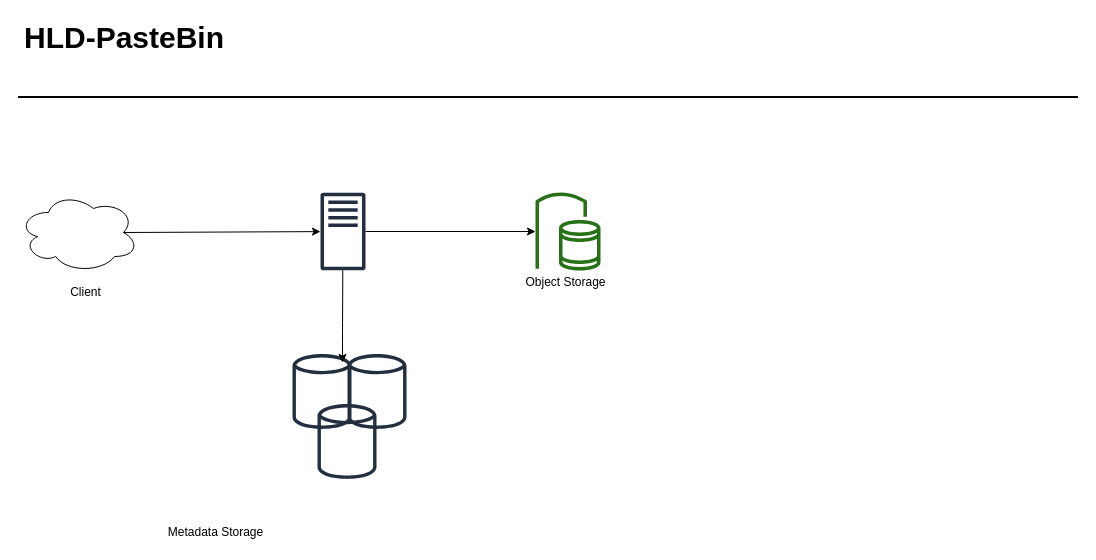
Earlier version of the draw.io diagram 2.DesigningAUrlShorteningService-TinyUrl/HLD-PasteBin.drawio (PankajSAgarwal/System-Design). Source tidied: cells renumbered, new cells numbered last; positions are measured from the earlier drawing's top-left corner, leaving out a move shared by most shapes. Both pictures are drawn from the tidied source at 100%, with x=0, y=0 at pixel (17, 16).
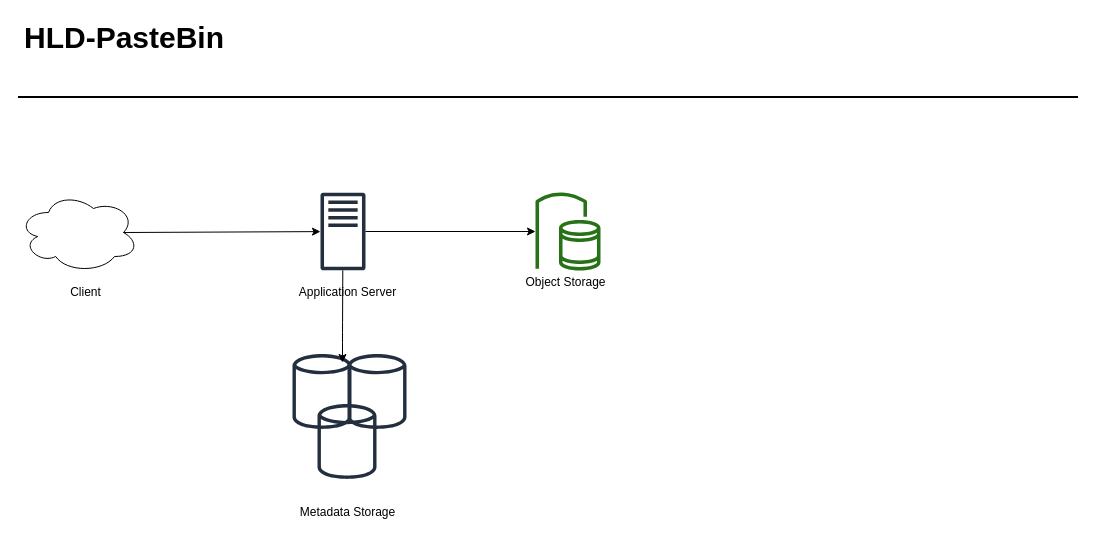
The same diagram, later.

What changed in the source:
```diff
@@
 <mxGraphModel>
   <root>
     <mxCell id="0" />
     <mxCell id="1" parent="0" />
     <mxCell id="2" value="HLD-PasteBin" style="text;html=1;align=left;verticalAlign=top;spacingTop=-4;fontSize=30;fontStyle=1;" parent="1" vertex="1">
       <mxGeometry x="4.5" y="0.5" width="220" height="40" as="geometry" />
     </mxCell>
     <mxCell id="3" style="line;strokeWidth=2;html=1;fontSize=14;" parent="1" vertex="1">
       <mxGeometry x="0.5" y="75.5" width="1060" height="10" as="geometry" />
     </mxCell>
     <mxCell id="4" style="ellipse;shape=cloud;whiteSpace=wrap;html=1;" parent="1" vertex="1">
       <mxGeometry x="1" y="176" width="120" height="80" as="geometry" />
     </mxCell>
     <mxCell id="5" value="Client" style="text;html=1;align=center;verticalAlign=middle;" parent="1" vertex="1">
       <mxGeometry x="43" y="266" width="50" height="20" as="geometry" />
     </mxCell>
     <mxCell id="6" style="outlineConnect=0;fontColor=#232F3E;gradientColor=none;fillColor=#232F3E;strokeColor=none;dashed=0;verticalLabelPosition=bottom;verticalAlign=top;align=center;html=1;fontSize=12;fontStyle=0;shape=mxgraph.aws4.traditional_server;" parent="1" vertex="1">
       <mxGeometry x="303" y="176" width="45" height="78" as="geometry" />
     </mxCell>
     <mxCell id="7" style="fontColor=#232F3E;gradientColor=none;fillColor=#232F3E;strokeColor=none;dashed=0;verticalLabelPosition=bottom;verticalAlign=top;align=center;html=1;fontSize=12;fontStyle=0;shape=mxgraph.aws4.generic_database;" parent="1" vertex="1">
       <mxGeometry x="275" y="336" width="59" height="78" as="geometry" />
     </mxCell>
     <mxCell id="8" style="fontColor=#232F3E;gradientColor=none;fillColor=#232F3E;strokeColor=none;dashed=0;verticalLabelPosition=bottom;verticalAlign=top;align=center;html=1;fontSize=12;fontStyle=0;shape=mxgraph.aws4.generic_database;" parent="1" vertex="1">
       <mxGeometry x="300" y="386" width="59" height="78" as="geometry" />
     </mxCell>
     <mxCell id="9" style="fontColor=#232F3E;gradientColor=none;fillColor=#232F3E;strokeColor=none;dashed=0;verticalLabelPosition=bottom;verticalAlign=top;align=center;html=1;fontSize=12;fontStyle=0;shape=mxgraph.aws4.generic_database;" parent="1" vertex="1">
       <mxGeometry x="330" y="336" width="59" height="78" as="geometry" />
     </mxCell>
     <mxCell id="10" value="Metadata Storage" style="text;html=1;align=center;verticalAlign=middle;" parent="1" vertex="1">
-      <mxGeometry x="143" y="506" width="110" height="20" as="geometry" />
+      <mxGeometry x="275" y="486" width="110" height="20" as="geometry" />
     </mxCell>
     <mxCell id="11" style="outlineConnect=0;fontColor=#232F3E;gradientColor=none;fillColor=#277116;strokeColor=none;dashed=0;verticalLabelPosition=bottom;verticalAlign=top;align=center;html=1;fontSize=12;fontStyle=0;shape=mxgraph.aws4.volume_gateway;" parent="1" vertex="1">
       <mxGeometry x="518" y="176" width="65" height="78" as="geometry" />
     </mxCell>
     <mxCell id="12" value="Object Storage" style="text;html=1;align=center;verticalAlign=middle;" parent="1" vertex="1">
       <mxGeometry x="498" y="256" width="100" height="20" as="geometry" />
     </mxCell>
     <mxCell id="13" style="endArrow=classic;html=1;" parent="1" edge="1" source="6" target="11">
       <mxGeometry relative="1" as="geometry" />
     </mxCell>
     <mxCell id="14" style="endArrow=classic;html=1;exitX=0.875;exitY=0.5;exitDx=0;exitDy=0;exitPerimeter=0;" parent="1" edge="1" source="4" target="6">
       <mxGeometry relative="1" as="geometry" />
     </mxCell>
     <mxCell id="15" style="endArrow=classic;html=1;" parent="1" edge="1" source="6">
       <mxGeometry relative="1" as="geometry">
         <mxPoint x="325" y="346" as="targetPoint" />
         <Array as="points">
           <mxPoint x="325" y="316" />
           <mxPoint x="325" y="346" />
         </Array>
       </mxGeometry>
     </mxCell>
+    <mxCell id="16" value="Application Server" style="text;html=1;align=center;verticalAlign=middle;" parent="1" vertex="1">
+      <mxGeometry x="275" y="266" width="110" height="20" as="geometry" />
+    </mxCell>
   </root>
 </mxGraphModel>
```
